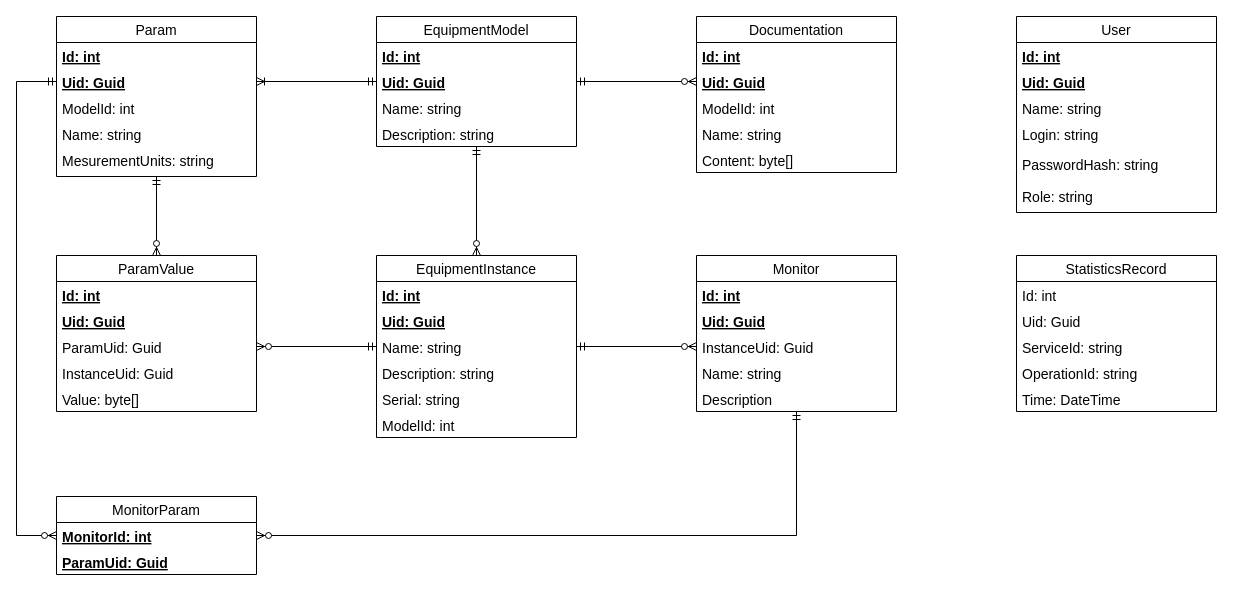
Earlier version of the draw.io diagram design_section/diagrams/db.drawio (qwerfah/software-engineering-methodology). Source tidied: cells renumbered, new cells numbered last; positions are measured from the earlier drawing's top-left corner, leaving out a move shared by most shapes. Both pictures are drawn from the tidied source at 100%, with x=0, y=0 at pixel (16, 16).
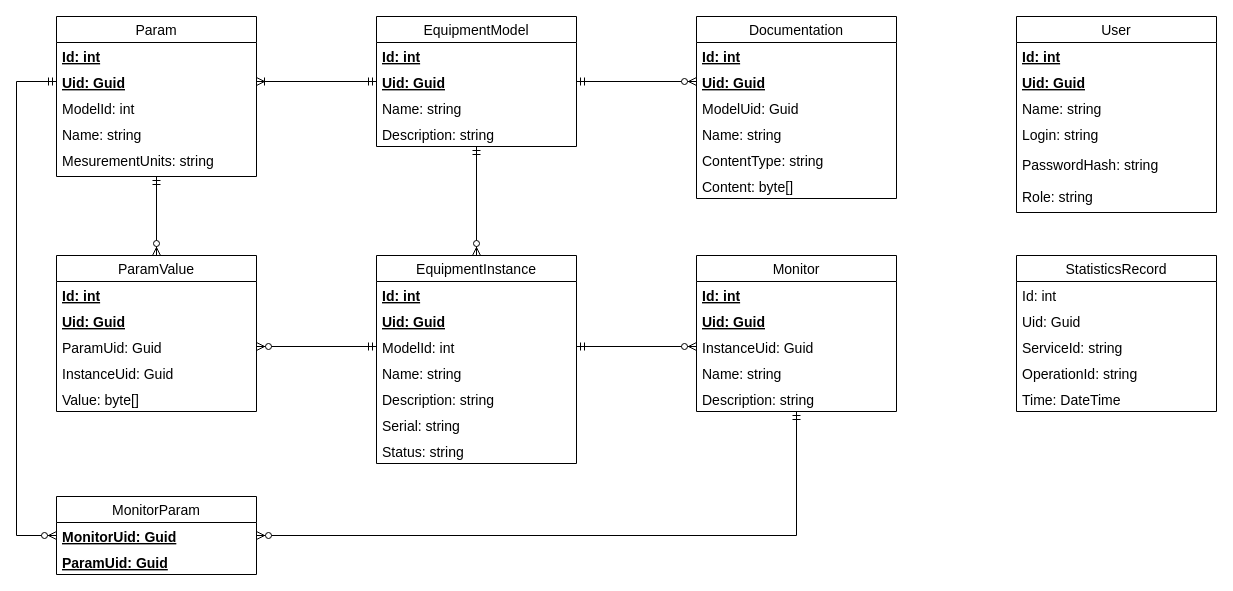
The same page after the edit.

Commit message (it also covers changes not shown here):
Db specification added. UML diagrams for services added.

The change refers to these unchanged cells:
```xml
<mxCell id="21" value="Monitor" style="swimlane;fontStyle=0;horizontal=1;startSize=26;fontSize=14;" parent="1" vertex="1">
  <mxGeometry x="680" y="239" width="200" height="156" as="geometry" />
</mxCell>
<mxCell id="24" value="InstanceUid: Guid" style="text;strokeColor=none;fillColor=none;align=left;verticalAlign=top;spacingLeft=4;spacingRight=4;overflow=hidden;points=[[0,0.5],[1,0.5]];portConstraint=eastwest;fontSize=14;" parent="21" vertex="1">
  <mxGeometry y="78" width="200" height="26" as="geometry" />
</mxCell>
<mxCell id="37" value="ParamUid: Guid" style="text;strokeColor=none;fillColor=none;align=left;verticalAlign=top;spacingLeft=4;spacingRight=4;overflow=hidden;points=[[0,0.5],[1,0.5]];portConstraint=eastwest;fontSize=14;" parent="34" vertex="1">
  <mxGeometry y="78" width="200" height="26" as="geometry" />
</mxCell>
<mxCell id="53" value="MonitorParam" style="swimlane;fontStyle=0;horizontal=1;startSize=26;fontSize=14;" parent="1" vertex="1">
  <mxGeometry x="40" y="480" width="200" height="78" as="geometry" />
</mxCell>
```

The edit, as a diff of the source:
```diff
@@
     <mxCell id="7" value="Documentation" style="swimlane;fontStyle=0;horizontal=1;startSize=26;fontSize=14;" parent="1" vertex="1">
-      <mxGeometry x="680" width="200" height="156" as="geometry" />
+      <mxGeometry x="680" width="200" height="182" as="geometry" />
     </mxCell>
@@
-    <mxCell id="10" value="ModelId: int" style="text;strokeColor=none;fillColor=none;align=left;verticalAlign=top;spacingLeft=4;spacingRight=4;overflow=hidden;fontSize=14;" parent="7" vertex="1">
+    <mxCell id="10" value="ModelUid: Guid" style="text;strokeColor=none;fillColor=none;align=left;verticalAlign=top;spacingLeft=4;spacingRight=4;overflow=hidden;fontSize=14;" parent="7" vertex="1">
       <mxGeometry y="78" width="200" height="26" as="geometry" />
     </mxCell>
@@
+    <mxCell id="62" value="ContentType: string" style="text;strokeColor=none;fillColor=none;align=left;verticalAlign=top;spacingLeft=4;spacingRight=4;overflow=hidden;fontSize=14;" parent="7" vertex="1">
+      <mxGeometry y="130" width="200" height="26" as="geometry" />
+    </mxCell>
     <mxCell id="12" value="Content: byte[]" style="text;strokeColor=none;fillColor=none;align=left;verticalAlign=top;spacingLeft=4;spacingRight=4;overflow=hidden;fontSize=14;" parent="7" vertex="1">
-      <mxGeometry y="130" width="200" height="26" as="geometry" />
+      <mxGeometry y="156" width="200" height="26" as="geometry" />
     </mxCell>
@@
     <mxCell id="14" value="EquipmentInstance" style="swimlane;fontStyle=0;horizontal=1;startSize=26;fontSize=14;" parent="1" vertex="1">
-      <mxGeometry x="360" y="239" width="200" height="182" as="geometry" />
+      <mxGeometry x="360" y="239" width="200" height="208" as="geometry" />
     </mxCell>
@@
+    <mxCell id="20" value="ModelId: int" style="text;strokeColor=none;fillColor=none;align=left;verticalAlign=top;spacingLeft=4;spacingRight=4;overflow=hidden;points=[[0,0.5],[1,0.5]];portConstraint=eastwest;fontSize=14;" parent="14" vertex="1">
+      <mxGeometry y="78" width="200" height="26" as="geometry" />
+    </mxCell>
     <mxCell id="17" value="Name: string" style="text;strokeColor=none;fillColor=none;align=left;verticalAlign=top;spacingLeft=4;spacingRight=4;overflow=hidden;points=[[0,0.5],[1,0.5]];portConstraint=eastwest;fontSize=14;" parent="14" vertex="1">
-      <mxGeometry y="78" width="200" height="26" as="geometry" />
+      <mxGeometry y="104" width="200" height="26" as="geometry" />
     </mxCell>
     <mxCell id="18" value="Description: string" style="text;strokeColor=none;fillColor=none;align=left;verticalAlign=top;spacingLeft=4;spacingRight=4;overflow=hidden;fontSize=14;" parent="14" vertex="1">
-      <mxGeometry y="104" width="200" height="26" as="geometry" />
+      <mxGeometry y="130" width="200" height="26" as="geometry" />
     </mxCell>
     <mxCell id="19" value="Serial: string" style="text;strokeColor=none;fillColor=none;align=left;verticalAlign=top;spacingLeft=4;spacingRight=4;overflow=hidden;fontSize=14;" parent="14" vertex="1">
-      <mxGeometry y="130" width="200" height="26" as="geometry" />
+      <mxGeometry y="156" width="200" height="26" as="geometry" />
     </mxCell>
-    <mxCell id="20" value="ModelId: int" style="text;strokeColor=none;fillColor=none;align=left;verticalAlign=top;spacingLeft=4;spacingRight=4;overflow=hidden;points=[[0,0.5],[1,0.5]];portConstraint=eastwest;fontSize=14;" parent="14" vertex="1">
-      <mxGeometry y="156" width="200" height="26" as="geometry" />
-    </mxCell>
+    <mxCell id="63" value="Status: string" style="text;strokeColor=none;fillColor=none;align=left;verticalAlign=top;spacingLeft=4;spacingRight=4;overflow=hidden;fontSize=14;" parent="14" vertex="1">
+      <mxGeometry y="182" width="200" height="26" as="geometry" />
+    </mxCell>
@@
-    <mxCell id="26" value="Description" style="text;strokeColor=none;fillColor=none;align=left;verticalAlign=top;spacingLeft=4;spacingRight=4;overflow=hidden;fontSize=14;" parent="21" vertex="1">
+    <mxCell id="26" value="Description: string" style="text;strokeColor=none;fillColor=none;align=left;verticalAlign=top;spacingLeft=4;spacingRight=4;overflow=hidden;fontSize=14;" parent="21" vertex="1">
       <mxGeometry y="130" width="200" height="26" as="geometry" />
     </mxCell>
@@
-    <mxCell id="54" value="MonitorId: int" style="text;strokeColor=none;fillColor=none;align=left;verticalAlign=top;spacingLeft=4;spacingRight=4;overflow=hidden;points=[[0,0.5],[1,0.5]];portConstraint=eastwest;fontStyle=5;fontSize=14;" parent="53" vertex="1">
+    <mxCell id="54" value="MonitorUid: Guid" style="text;strokeColor=none;fillColor=none;align=left;verticalAlign=top;spacingLeft=4;spacingRight=4;overflow=hidden;points=[[0,0.5],[1,0.5]];portConstraint=eastwest;fontStyle=5;fontSize=14;" parent="53" vertex="1">
       <mxGeometry y="26" width="200" height="26" as="geometry" />
     </mxCell>
@@
-    <mxCell id="58" style="edgeStyle=orthogonalEdgeStyle;rounded=0;jettySize=auto;html=1;exitX=1;exitY=0.5;exitDx=0;exitDy=0;fontSize=14;startArrow=ERmandOne;startFill=0;endArrow=ERzeroToMany;endFill=1;" parent="1" edge="1" source="17" target="24">
+    <mxCell id="58" style="edgeStyle=orthogonalEdgeStyle;rounded=0;jettySize=auto;html=1;fontSize=14;startArrow=ERmandOne;startFill=0;endArrow=ERzeroToMany;endFill=1;" parent="1" edge="1" source="20" target="24">
       <mxGeometry relative="1" as="geometry" />
     </mxCell>
@@
-    <mxCell id="61" style="edgeStyle=orthogonalEdgeStyle;rounded=0;jettySize=auto;html=1;exitX=1;exitY=0.5;exitDx=0;exitDy=0;fontSize=14;startArrow=ERzeroToMany;startFill=1;endArrow=ERmandOne;endFill=0;" parent="1" edge="1" source="37" target="17">
+    <mxCell id="61" style="edgeStyle=orthogonalEdgeStyle;rounded=0;jettySize=auto;html=1;exitX=1;exitY=0.5;exitDx=0;exitDy=0;fontSize=14;startArrow=ERzeroToMany;startFill=1;endArrow=ERmandOne;endFill=0;entryX=0;entryY=0.5;entryDx=0;entryDy=0;" parent="1" edge="1" source="37" target="20">
       <mxGeometry relative="1" as="geometry" />
     </mxCell>
```
